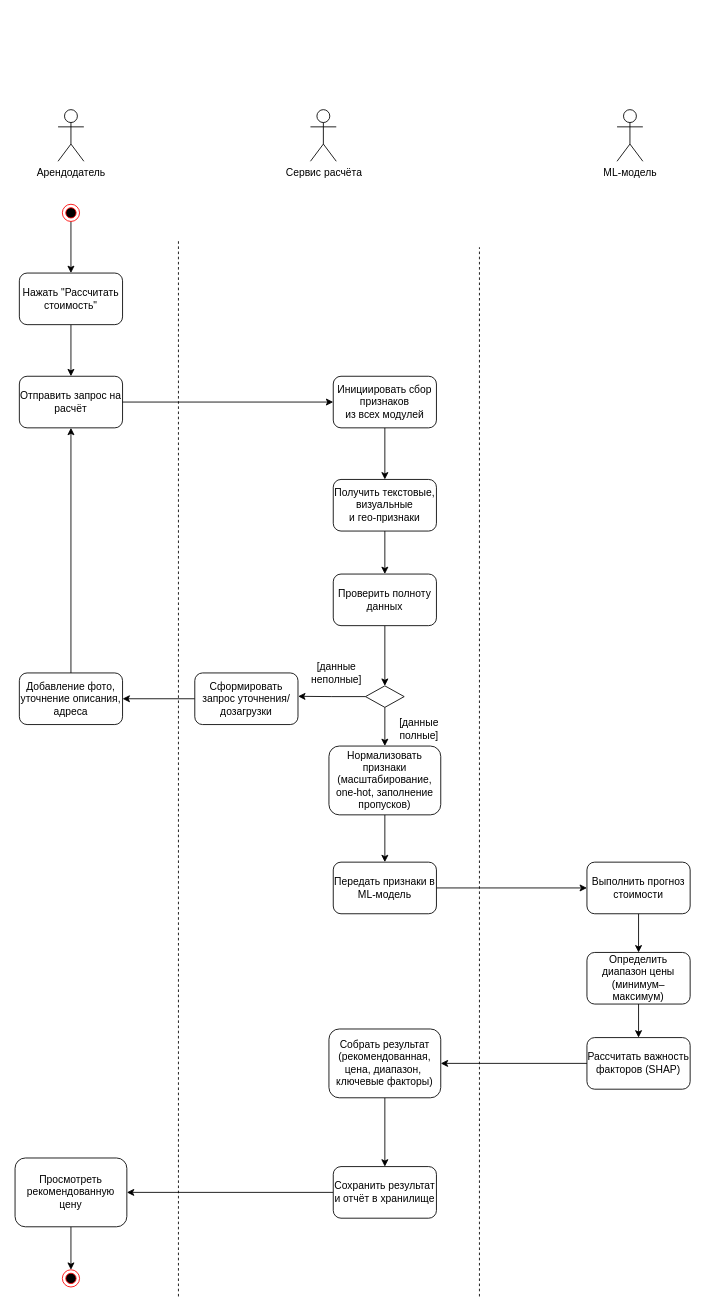
HeadMaxResh/system-engineering-playbook keeps this draw.io diagram as src/diagrams/UML - activity/acitivity_F4.drawio. Above is the earlier version. Source tidied: cells renumbered, new cells numbered last; positions are measured from the earlier drawing's top-left corner, leaving out a move shared by most shapes. Both pictures are drawn from the tidied source at 86%, with x=0, y=0 at pixel (15, 109).
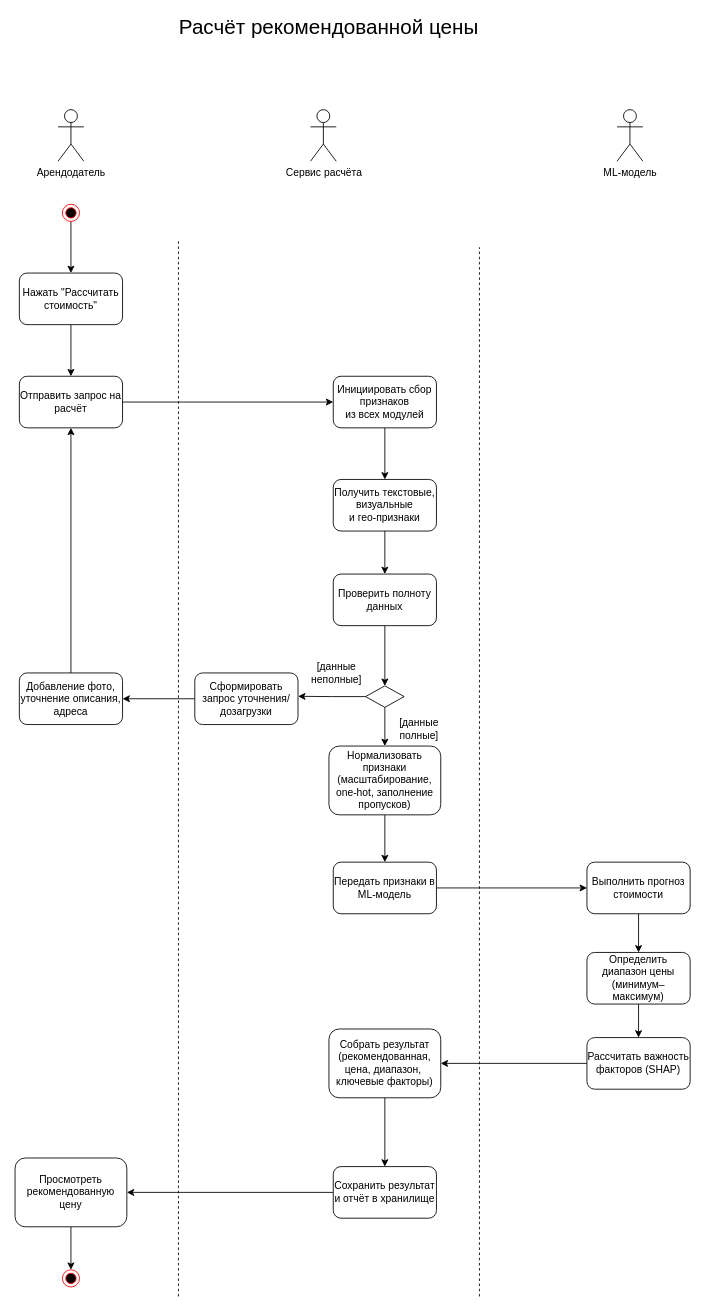
After the change.

Diff of the diagram source:
```diff
@@
+    <mxCell id="46" value="&lt;font style=&quot;font-size: 24px;&quot;&gt;Расчёт рекомендованной цены&lt;/font&gt;" style="text;html=1;whiteSpace=wrap;strokeColor=none;fillColor=none;align=center;verticalAlign=middle;rounded=0;" parent="1" vertex="1">
+      <mxGeometry x="65" y="-110" width="600" height="30" as="geometry" />
+    </mxCell>
```
